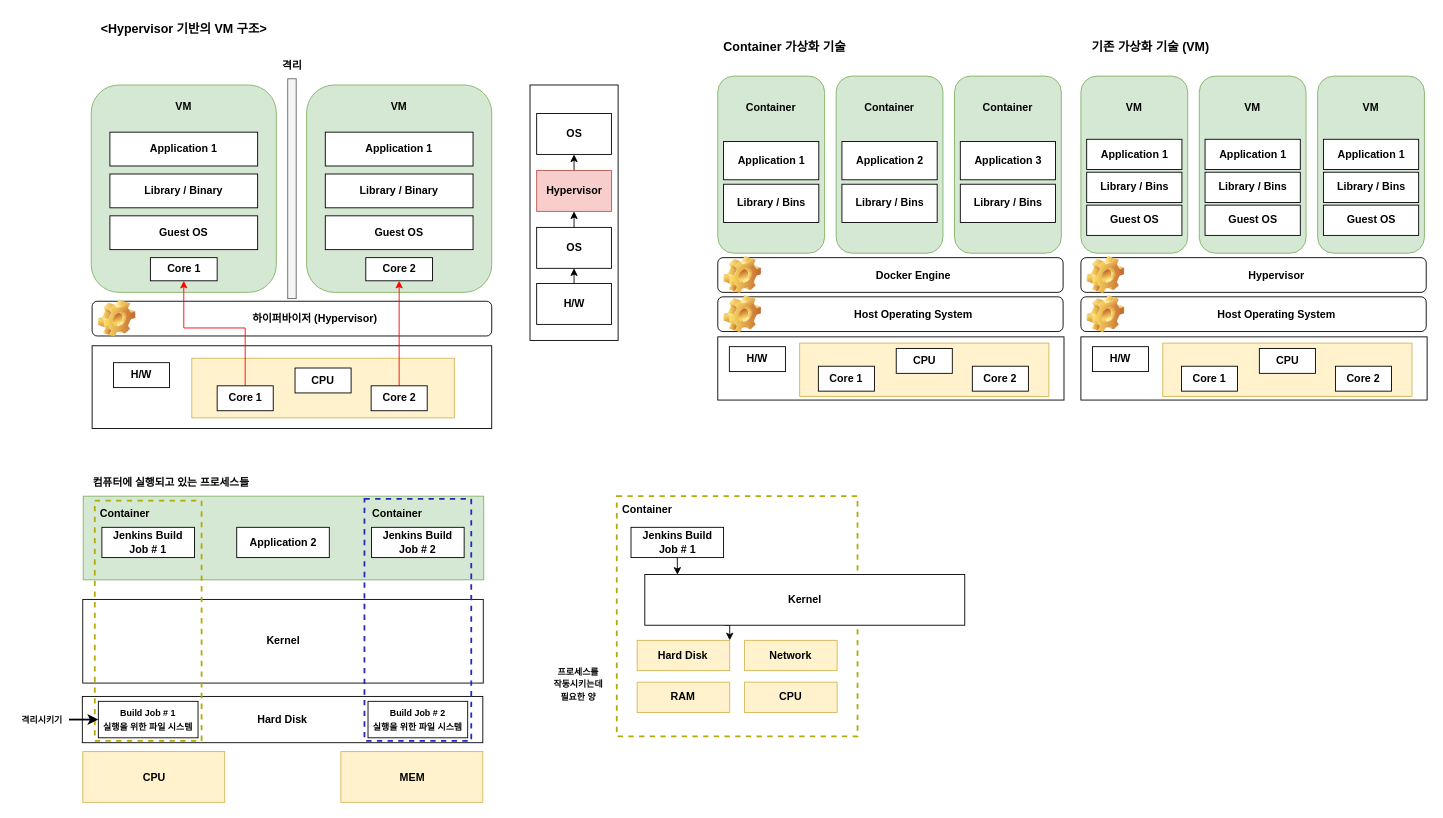
Before: page "페이지-1" (1 of 4) of io/Build_Server_Comparing.drawio in Jiwon-lee-me/cicd-web-project, a draw.io diagram. Source tidied: cells renumbered, new cells numbered last; positions are measured from the earlier drawing's top-left corner, leaving out a move shared by most shapes. Both pictures are drawn from the tidied source at 89%, with x=0, y=0 at pixel (15, 15).
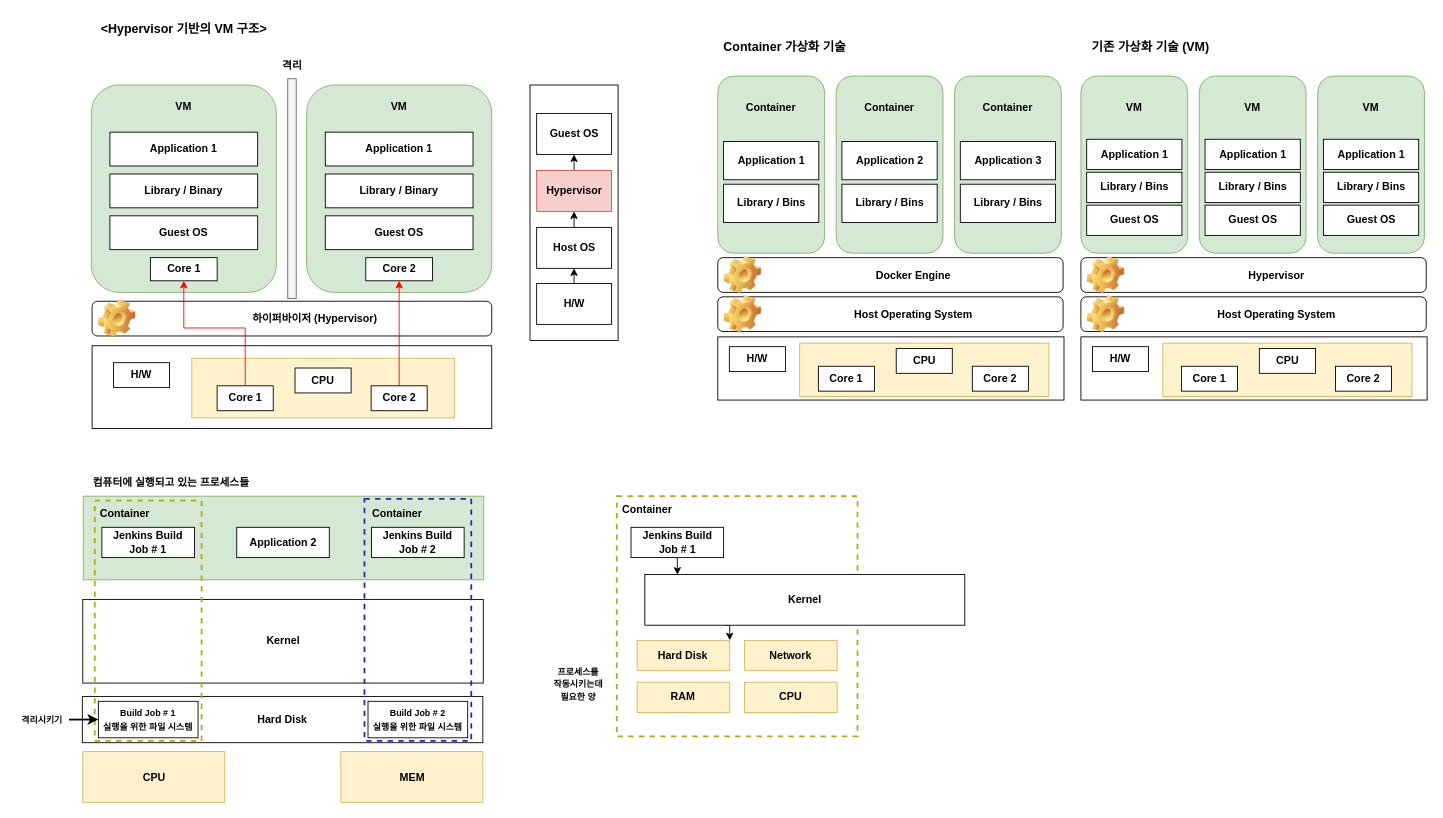
After the change.

The edit, as a diff of the source:
```diff
@@
-    <mxCell id="93" value="&lt;b&gt;OS&lt;/b&gt;" style="rounded=0;whiteSpace=wrap;html=1;" parent="1" vertex="1">
+    <mxCell id="93" value="&lt;b&gt;Host OS&lt;/b&gt;" style="rounded=0;whiteSpace=wrap;html=1;" parent="1" vertex="1">
       <mxGeometry x="585.5" y="238" width="84" height="46" as="geometry" />
     </mxCell>
@@
-    <mxCell id="96" value="&lt;b&gt;OS&lt;/b&gt;" style="rounded=0;whiteSpace=wrap;html=1;" parent="1" vertex="1">
+    <mxCell id="96" value="&lt;b&gt;Guest OS&lt;/b&gt;" style="rounded=0;whiteSpace=wrap;html=1;" parent="1" vertex="1">
       <mxGeometry x="585.5" y="110" width="84" height="46" as="geometry" />
     </mxCell>
```
